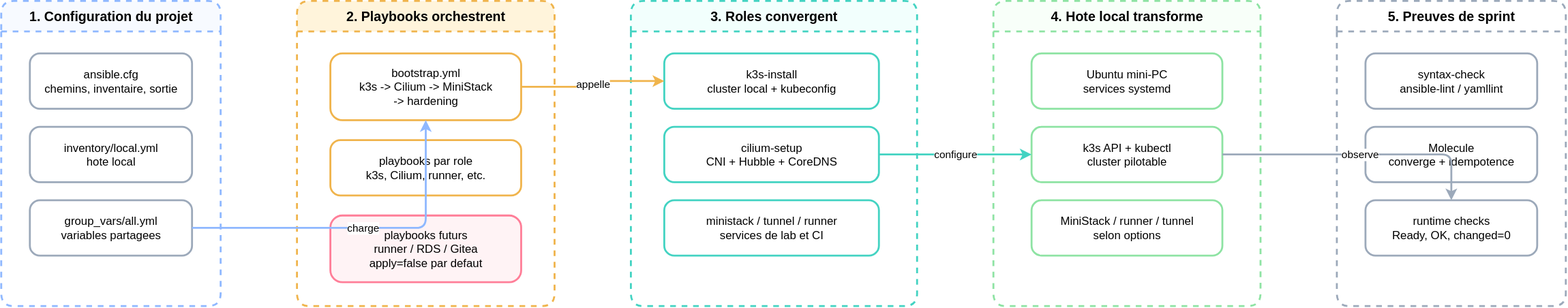
The draw.io diagram docs/diagrams/concepts-s0-ansible-execution.svg in ClementV78/shop-demo, before a commit. Source tidied: cells renumbered, new cells last; positions are measured from the earlier drawing's top-left corner, leaving out a move shared by most shapes. Its diagram source:
```xml
<mxGraphModel>
  <root>
    <mxCell id="0" />
    <mxCell id="1" parent="0" />
    <mxCell id="2" value="1. Configuration du projet" style="swimlane;startSize=32;rounded=1;arcSize=14;dashed=1;whiteSpace=wrap;html=1;fontFamily=Helvetica;fontSize=14;fontStyle=1;fillColor=#f7faff;strokeColor=#8fb8ff;strokeWidth=2;" parent="1" vertex="1">
      <mxGeometry width="230" height="320" as="geometry" />
    </mxCell>
    <mxCell id="3" value="ansible.cfg&#10;chemins, inventaire, sortie" style="rounded=1;arcSize=18;whiteSpace=wrap;html=1;fontFamily=Helvetica;fontSize=12;fillColor=#ffffff;strokeColor=#9ca9ba;strokeWidth=2;" parent="2" vertex="1">
      <mxGeometry x="30" y="55" width="170" height="58" as="geometry" />
    </mxCell>
    <mxCell id="4" value="inventory/local.yml&#10;hote local" style="rounded=1;arcSize=18;whiteSpace=wrap;html=1;fontFamily=Helvetica;fontSize=12;fillColor=#ffffff;strokeColor=#9ca9ba;strokeWidth=2;" parent="2" vertex="1">
      <mxGeometry x="30" y="132" width="170" height="58" as="geometry" />
    </mxCell>
    <mxCell id="5" value="group_vars/all.yml&#10;variables partagees" style="rounded=1;arcSize=18;whiteSpace=wrap;html=1;fontFamily=Helvetica;fontSize=12;fillColor=#ffffff;strokeColor=#9ca9ba;strokeWidth=2;" parent="2" vertex="1">
      <mxGeometry x="30" y="209" width="170" height="58" as="geometry" />
    </mxCell>
    <mxCell id="6" value="2. Playbooks orchestrent" style="swimlane;startSize=32;rounded=1;arcSize=14;dashed=1;whiteSpace=wrap;html=1;fontFamily=Helvetica;fontSize=14;fontStyle=1;fillColor=#fff4db;strokeColor=#f0b44c;strokeWidth=2;" parent="1" vertex="1">
      <mxGeometry x="310" width="270" height="320" as="geometry" />
    </mxCell>
    <mxCell id="7" value="bootstrap.yml&#10;k3s -&gt; Cilium -&gt; MiniStack&#10;-&gt; hardening" style="rounded=1;arcSize=18;whiteSpace=wrap;html=1;fontFamily=Helvetica;fontSize=12;fillColor=#ffffff;strokeColor=#f0b44c;strokeWidth=2;" parent="6" vertex="1">
      <mxGeometry x="35" y="55" width="200" height="70" as="geometry" />
    </mxCell>
    <mxCell id="8" value="playbooks par role&#10;k3s, Cilium, runner, etc." style="rounded=1;arcSize=18;whiteSpace=wrap;html=1;fontFamily=Helvetica;fontSize=12;fillColor=#ffffff;strokeColor=#f0b44c;strokeWidth=2;" parent="6" vertex="1">
      <mxGeometry x="35" y="146" width="200" height="58" as="geometry" />
    </mxCell>
    <mxCell id="9" value="playbooks futurs&#10;runner / RDS / Gitea&#10;apply=false par defaut" style="rounded=1;arcSize=18;whiteSpace=wrap;html=1;fontFamily=Helvetica;fontSize=12;fillColor=#fff3f5;strokeColor=#ff7e98;strokeWidth=2;" parent="6" vertex="1">
      <mxGeometry x="35" y="225" width="200" height="70" as="geometry" />
    </mxCell>
    <mxCell id="10" value="3. Roles convergent" style="swimlane;startSize=32;rounded=1;arcSize=14;dashed=1;whiteSpace=wrap;html=1;fontFamily=Helvetica;fontSize=14;fontStyle=1;fillColor=#f2fffd;strokeColor=#43d3c2;strokeWidth=2;" parent="1" vertex="1">
      <mxGeometry x="660" width="300" height="320" as="geometry" />
    </mxCell>
    <mxCell id="11" value="k3s-install&#10;cluster local + kubeconfig" style="rounded=1;arcSize=18;whiteSpace=wrap;html=1;fontFamily=Helvetica;fontSize=12;fillColor=#ffffff;strokeColor=#43d3c2;strokeWidth=2;" parent="10" vertex="1">
      <mxGeometry x="35" y="55" width="225" height="58" as="geometry" />
    </mxCell>
    <mxCell id="12" value="cilium-setup&#10;CNI + Hubble + CoreDNS" style="rounded=1;arcSize=18;whiteSpace=wrap;html=1;fontFamily=Helvetica;fontSize=12;fillColor=#ffffff;strokeColor=#43d3c2;strokeWidth=2;" parent="10" vertex="1">
      <mxGeometry x="35" y="132" width="225" height="58" as="geometry" />
    </mxCell>
    <mxCell id="13" value="ministack / tunnel / runner&#10;services de lab et CI" style="rounded=1;arcSize=18;whiteSpace=wrap;html=1;fontFamily=Helvetica;fontSize=12;fillColor=#ffffff;strokeColor=#43d3c2;strokeWidth=2;" parent="10" vertex="1">
      <mxGeometry x="35" y="209" width="225" height="58" as="geometry" />
    </mxCell>
    <mxCell id="14" value="4. Hote local transforme" style="swimlane;startSize=32;rounded=1;arcSize=14;dashed=1;whiteSpace=wrap;html=1;fontFamily=Helvetica;fontSize=14;fontStyle=1;fillColor=#f8fff9;strokeColor=#8ee3a3;strokeWidth=2;" parent="1" vertex="1">
      <mxGeometry x="1040" width="280" height="320" as="geometry" />
    </mxCell>
    <mxCell id="15" value="Ubuntu mini-PC&#10;services systemd" style="rounded=1;arcSize=18;whiteSpace=wrap;html=1;fontFamily=Helvetica;fontSize=12;fillColor=#ffffff;strokeColor=#8ee3a3;strokeWidth=2;" parent="14" vertex="1">
      <mxGeometry x="40" y="55" width="200" height="58" as="geometry" />
    </mxCell>
    <mxCell id="16" value="k3s API + kubectl&#10;cluster pilotable" style="rounded=1;arcSize=18;whiteSpace=wrap;html=1;fontFamily=Helvetica;fontSize=12;fillColor=#ffffff;strokeColor=#8ee3a3;strokeWidth=2;" parent="14" vertex="1">
      <mxGeometry x="40" y="132" width="200" height="58" as="geometry" />
    </mxCell>
    <mxCell id="17" value="MiniStack / runner / tunnel&#10;selon options" style="rounded=1;arcSize=18;whiteSpace=wrap;html=1;fontFamily=Helvetica;fontSize=12;fillColor=#ffffff;strokeColor=#8ee3a3;strokeWidth=2;" parent="14" vertex="1">
      <mxGeometry x="40" y="209" width="200" height="58" as="geometry" />
    </mxCell>
    <mxCell id="18" value="5. Preuves de sprint" style="swimlane;startSize=32;rounded=1;arcSize=14;dashed=1;whiteSpace=wrap;html=1;fontFamily=Helvetica;fontSize=14;fontStyle=1;fillColor=#ffffff;strokeColor=#9ca9ba;strokeWidth=2;" parent="1" vertex="1">
      <mxGeometry x="1400" width="240" height="320" as="geometry" />
    </mxCell>
    <mxCell id="19" value="syntax-check&#10;ansible-lint / yamllint" style="rounded=1;arcSize=18;whiteSpace=wrap;html=1;fontFamily=Helvetica;fontSize=12;fillColor=#ffffff;strokeColor=#9ca9ba;strokeWidth=2;" parent="18" vertex="1">
      <mxGeometry x="30" y="55" width="180" height="58" as="geometry" />
    </mxCell>
    <mxCell id="20" value="Molecule&#10;converge + idempotence" style="rounded=1;arcSize=18;whiteSpace=wrap;html=1;fontFamily=Helvetica;fontSize=12;fillColor=#ffffff;strokeColor=#9ca9ba;strokeWidth=2;" parent="18" vertex="1">
      <mxGeometry x="30" y="132" width="180" height="58" as="geometry" />
    </mxCell>
    <mxCell id="21" value="runtime checks&#10;Ready, OK, changed=0" style="rounded=1;arcSize=18;whiteSpace=wrap;html=1;fontFamily=Helvetica;fontSize=12;fillColor=#ffffff;strokeColor=#9ca9ba;strokeWidth=2;" parent="18" vertex="1">
      <mxGeometry x="30" y="209" width="180" height="58" as="geometry" />
    </mxCell>
    <mxCell id="22" value="charge" style="edgeStyle=orthogonalEdgeStyle;rounded=1;jettySize=auto;html=1;labelBackgroundColor=#ffffff;endArrow=classic;endFill=1;strokeColor=#8fb8ff;strokeWidth=2;fontFamily=Helvetica;fontSize=11;" parent="1" edge="1" source="5" target="7">
      <mxGeometry relative="1" as="geometry" />
    </mxCell>
    <mxCell id="23" value="appelle" style="edgeStyle=orthogonalEdgeStyle;rounded=1;jettySize=auto;html=1;labelBackgroundColor=#ffffff;endArrow=classic;endFill=1;strokeColor=#f0b44c;strokeWidth=2;fontFamily=Helvetica;fontSize=11;" parent="1" edge="1" source="7" target="11">
      <mxGeometry relative="1" as="geometry" />
    </mxCell>
    <mxCell id="24" value="configure" style="edgeStyle=orthogonalEdgeStyle;rounded=1;jettySize=auto;html=1;labelBackgroundColor=#ffffff;endArrow=classic;endFill=1;strokeColor=#43d3c2;strokeWidth=2;fontFamily=Helvetica;fontSize=11;" parent="1" edge="1" source="12" target="16">
      <mxGeometry relative="1" as="geometry" />
    </mxCell>
    <mxCell id="25" value="observe" style="edgeStyle=orthogonalEdgeStyle;rounded=1;jettySize=auto;html=1;labelBackgroundColor=#ffffff;endArrow=classic;endFill=1;strokeColor=#9ca9ba;strokeWidth=2;fontFamily=Helvetica;fontSize=11;" parent="1" edge="1" source="16" target="21">
      <mxGeometry relative="1" as="geometry" />
    </mxCell>
  </root>
</mxGraphModel>
```
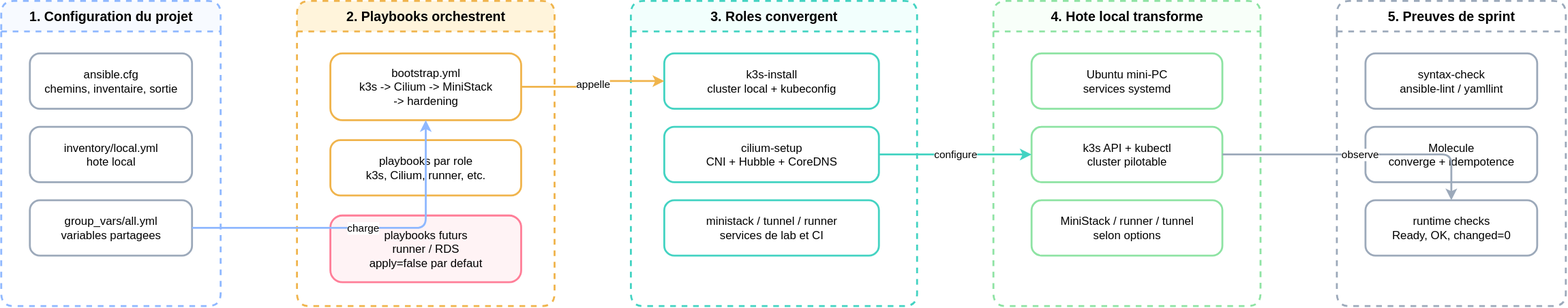
The same file after the commit.

Change to the diagram source:
```diff
@@ -23,7 +23,7 @@
     <mxCell id="8" value="playbooks par role&#10;k3s, Cilium, runner, etc." style="rounded=1;arcSize=18;whiteSpace=wrap;html=1;fontFamily=Helvetica;fontSize=12;fillColor=#ffffff;strokeColor=#f0b44c;strokeWidth=2;" parent="6" vertex="1">
       <mxGeometry x="35" y="146" width="200" height="58" as="geometry" />
     </mxCell>
-    <mxCell id="9" value="playbooks futurs&#10;runner / RDS / Gitea&#10;apply=false par defaut" style="rounded=1;arcSize=18;whiteSpace=wrap;html=1;fontFamily=Helvetica;fontSize=12;fillColor=#fff3f5;strokeColor=#ff7e98;strokeWidth=2;" parent="6" vertex="1">
+    <mxCell id="9" value="playbooks futurs&#10;runner / RDS&#10;apply=false par defaut" style="rounded=1;arcSize=18;whiteSpace=wrap;html=1;fontFamily=Helvetica;fontSize=12;fillColor=#fff3f5;strokeColor=#ff7e98;strokeWidth=2;" parent="6" vertex="1">
       <mxGeometry x="35" y="225" width="200" height="70" as="geometry" />
     </mxCell>
     <mxCell id="10" value="3. Roles convergent" style="swimlane;startSize=32;rounded=1;arcSize=14;dashed=1;whiteSpace=wrap;html=1;fontFamily=Helvetica;fontSize=14;fontStyle=1;fillColor=#f2fffd;strokeColor=#43d3c2;strokeWidth=2;" parent="1" vertex="1">
```
